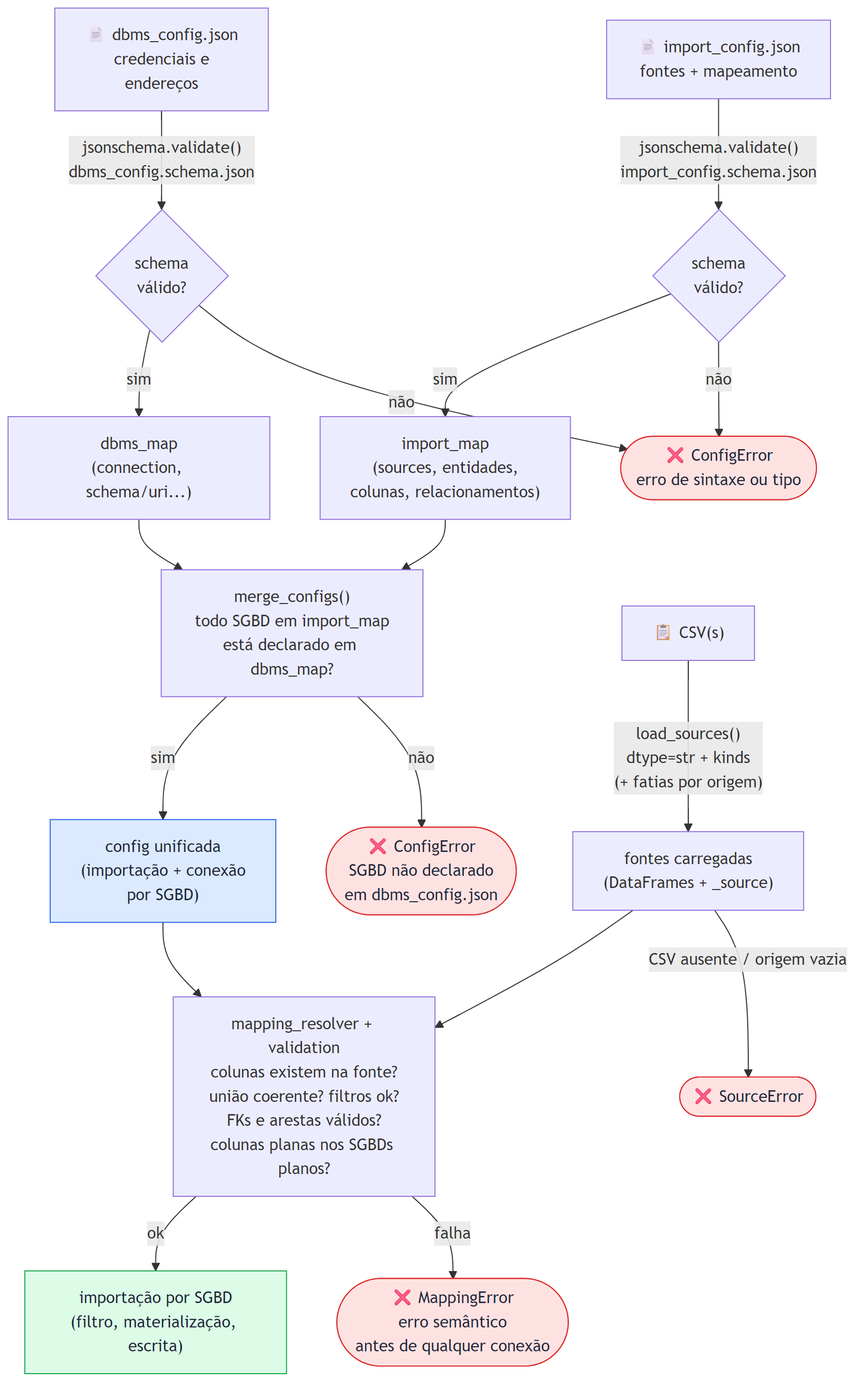
lucasbc92/polyglot-import-csv keeps this Mermaid diagram as docs-tcc/images/figure10-config-pipeline.png. Above is the earlier version. Its source is kept beside it as docs-tcc/images/figure10-config-pipeline.mmd.
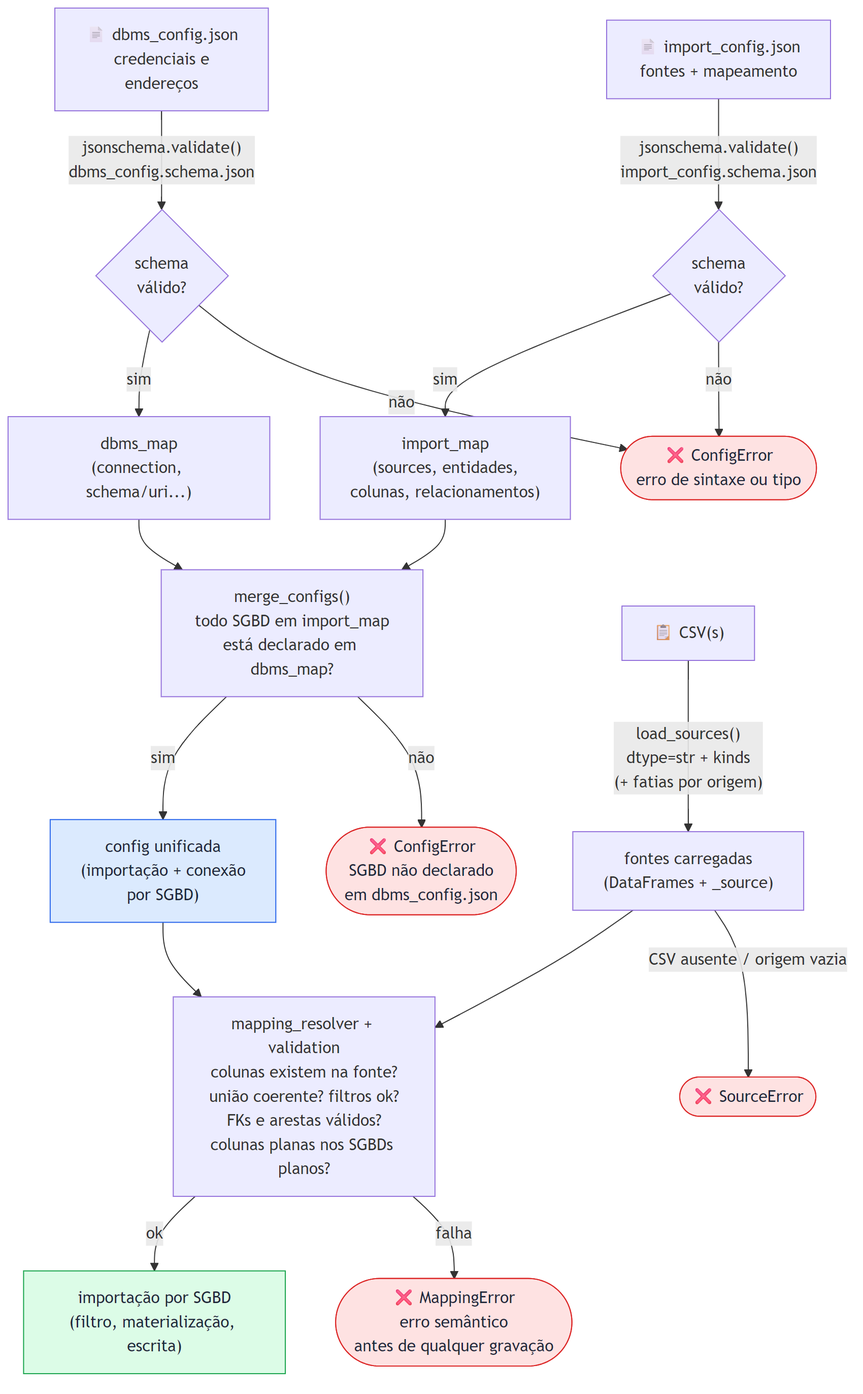
The same diagram one commit later.

Change to the diagram source:
```diff
@@ -21,7 +21,7 @@
     J --> M["mapping_resolver + validation\ncolunas existem na fonte?\nunião coerente? filtros ok?\nFKs e arestas válidos?\ncolunas planas nos SGBDs planos?"]
     L --> M
 
-    M -->|falha| N(["❌ MappingError\nerro semântico\nantes de qualquer conexão"])
+    M -->|falha| N(["❌ MappingError\nerro semântico\nantes de qualquer gravação"])
     M -->|ok| O["importação por SGBD\n(filtro, materialização, escrita)"]
 
     style E fill:#fee2e2,stroke:#dc2626,color:#1e293b
```
